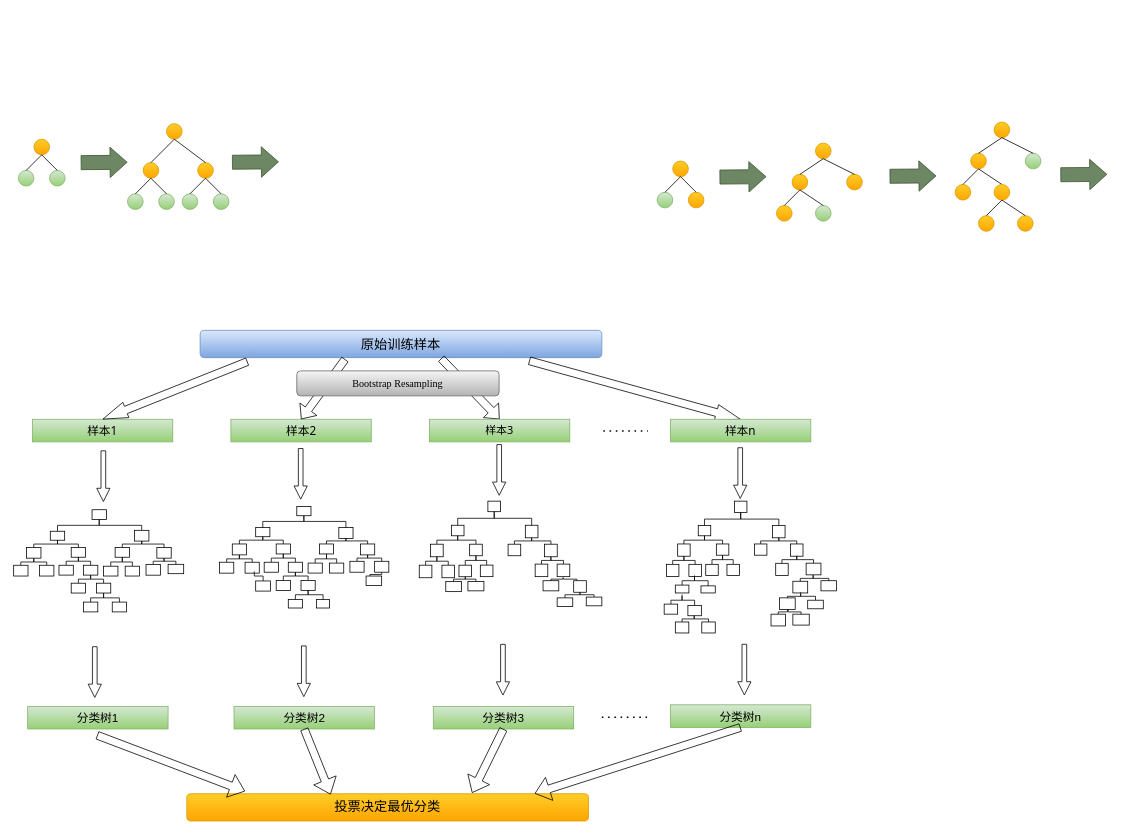
ch725/Homework keeps this draw.io diagram as tree_growth.drawio. Above is the earlier version. Source tidied: cells renumbered, new cells numbered last; positions are measured from the earlier drawing's top-left corner, leaving out a move shared by most shapes. Both pictures are drawn from the tidied source at 78%, with x=0, y=0 at pixel (13, 122).
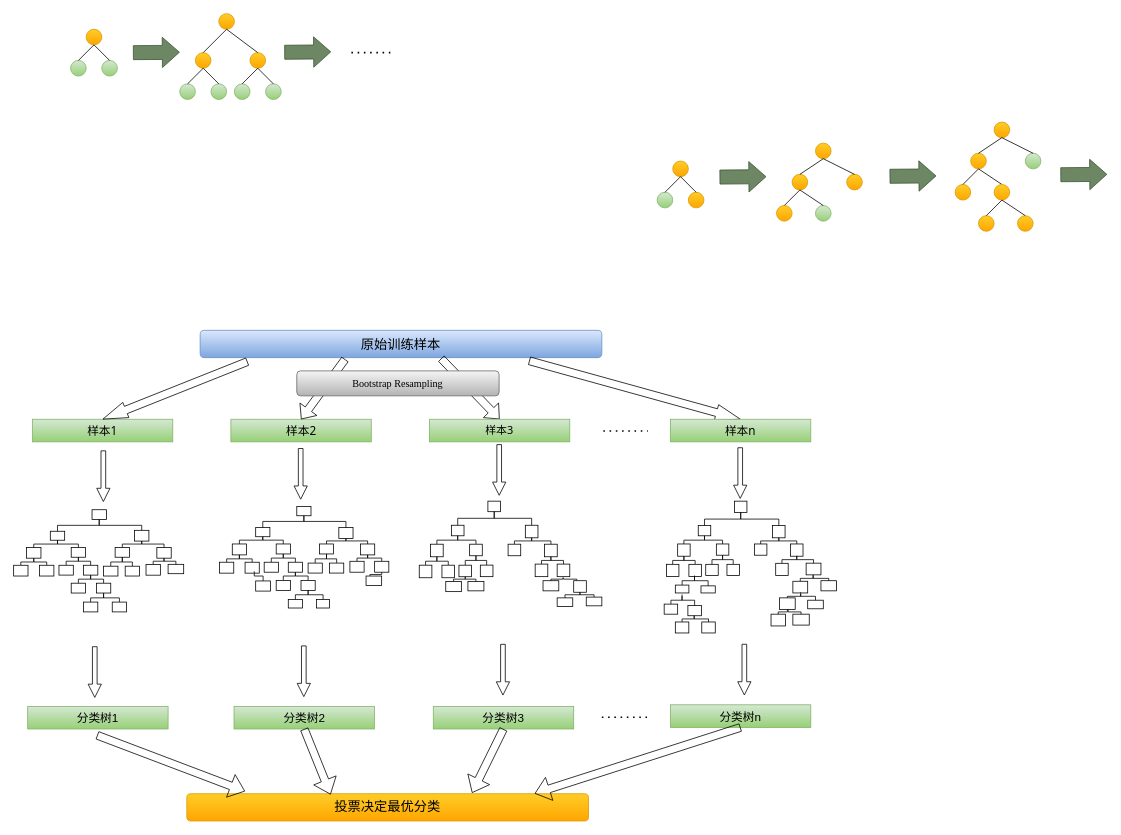
Above is the later version.

What changed in the source:
```diff
@@
     <mxCell id="2" style="ellipse;whiteSpace=wrap;html=1;fillColor=#ffcd28;strokeColor=#d79b00;gradientColor=#ffa500;" parent="1" vertex="1">
-      <mxGeometry x="26" y="22" width="20" height="20" as="geometry" />
+      <mxGeometry x="93" y="-119" width="20" height="20" as="geometry" />
     </mxCell>
     <mxCell id="3" style="ellipse;whiteSpace=wrap;html=1;fillColor=#d5e8d4;strokeColor=#82b366;gradientColor=#97d077;" parent="1" vertex="1">
-      <mxGeometry x="6" y="62" width="20" height="20" as="geometry" />
+      <mxGeometry x="73" y="-79" width="20" height="20" as="geometry" />
     </mxCell>
     <mxCell id="4" style="ellipse;whiteSpace=wrap;html=1;fillColor=#d5e8d4;strokeColor=#82b366;gradientColor=#97d077;" parent="1" vertex="1">
-      <mxGeometry x="46" y="62" width="20" height="20" as="geometry" />
+      <mxGeometry x="113" y="-79" width="20" height="20" as="geometry" />
     </mxCell>
@@
     <mxCell id="7" style="ellipse;whiteSpace=wrap;html=1;fillColor=#ffcd28;strokeColor=#d79b00;gradientColor=#ffa500;" parent="1" vertex="1">
-      <mxGeometry x="196" y="2" width="20" height="20" as="geometry" />
+      <mxGeometry x="263" y="-139" width="20" height="20" as="geometry" />
     </mxCell>
     <mxCell id="8" style="ellipse;whiteSpace=wrap;html=1;fillColor=#ffcd28;strokeColor=#d79b00;gradientColor=#ffa500;" parent="1" vertex="1">
-      <mxGeometry x="236" y="52" width="20" height="20" as="geometry" />
+      <mxGeometry x="303" y="-89" width="20" height="20" as="geometry" />
     </mxCell>
     <mxCell id="9" style="ellipse;whiteSpace=wrap;html=1;fillColor=#ffcd28;strokeColor=#d79b00;gradientColor=#ffa500;" parent="1" vertex="1">
-      <mxGeometry x="166" y="52" width="20" height="20" as="geometry" />
+      <mxGeometry x="233" y="-89" width="20" height="20" as="geometry" />
     </mxCell>
     <mxCell id="10" style="ellipse;whiteSpace=wrap;html=1;fillColor=#d5e8d4;strokeColor=#82b366;gradientColor=#97d077;" parent="1" vertex="1">
-      <mxGeometry x="146" y="92" width="20" height="20" as="geometry" />
+      <mxGeometry x="213" y="-49" width="20" height="20" as="geometry" />
     </mxCell>
     <mxCell id="11" style="ellipse;whiteSpace=wrap;html=1;fillColor=#d5e8d4;strokeColor=#82b366;gradientColor=#97d077;" parent="1" vertex="1">
-      <mxGeometry x="186" y="92" width="20" height="20" as="geometry" />
+      <mxGeometry x="253" y="-49" width="20" height="20" as="geometry" />
     </mxCell>
     <mxCell id="12" style="ellipse;whiteSpace=wrap;html=1;fillColor=#d5e8d4;strokeColor=#82b366;gradientColor=#97d077;" parent="1" vertex="1">
-      <mxGeometry x="216" y="92" width="20" height="20" as="geometry" />
+      <mxGeometry x="283" y="-49" width="20" height="20" as="geometry" />
     </mxCell>
     <mxCell id="13" style="ellipse;whiteSpace=wrap;html=1;fillColor=#d5e8d4;strokeColor=#82b366;gradientColor=#97d077;" parent="1" vertex="1">
-      <mxGeometry x="256" y="92" width="20" height="20" as="geometry" />
+      <mxGeometry x="323" y="-49" width="20" height="20" as="geometry" />
     </mxCell>
@@
     <mxCell id="20" style="shape=flexArrow;endArrow=classic;html=1;width=18;endSize=6.97;fillColor=#6d8764;strokeColor=#3A5431;" parent="1" edge="1">
       <mxGeometry relative="1" as="geometry">
-        <mxPoint x="280" y="51.5" as="sourcePoint" />
-        <mxPoint x="340" y="51" as="targetPoint" />
+        <mxPoint x="347" y="-89.5" as="sourcePoint" />
+        <mxPoint x="407" y="-90" as="targetPoint" />
       </mxGeometry>
     </mxCell>
     <mxCell id="21" style="shape=flexArrow;endArrow=classic;html=1;width=18;endSize=6.97;fillColor=#6d8764;strokeColor=#3A5431;" parent="1" edge="1">
       <mxGeometry relative="1" as="geometry">
-        <mxPoint x="86" y="52" as="sourcePoint" />
-        <mxPoint x="146" y="51.5" as="targetPoint" />
+        <mxPoint x="153" y="-89" as="sourcePoint" />
+        <mxPoint x="213" y="-89.5" as="targetPoint" />
       </mxGeometry>
     </mxCell>
@@
+    <mxCell id="253" style="endArrow=none;dashed=1;html=1;dashPattern=1 3;strokeWidth=2;" parent="1" edge="1">
+      <mxGeometry relative="1" as="geometry">
+        <mxPoint x="433" y="-89" as="sourcePoint" />
+        <mxPoint x="483" y="-89" as="targetPoint" />
+      </mxGeometry>
+    </mxCell>
```
